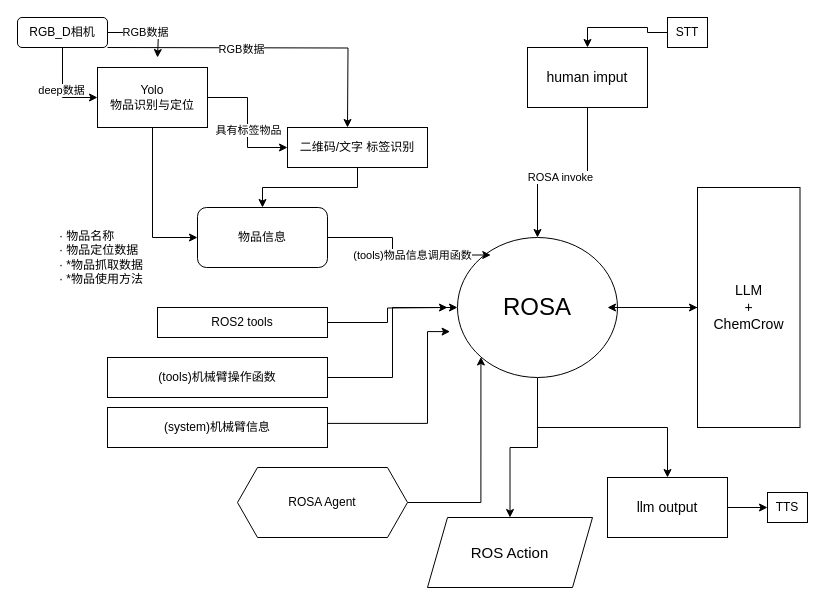
Above: 未命名绘图.drawio in xrstudy/Robotic-Scilab-public (draw.io), before the change. Source tidied: cells renumbered, new cells numbered last; positions are measured from the earlier drawing's top-left corner, leaving out a move shared by most shapes. Both pictures are drawn from the tidied source at 100%, with x=0, y=0 at pixel (17, 17).
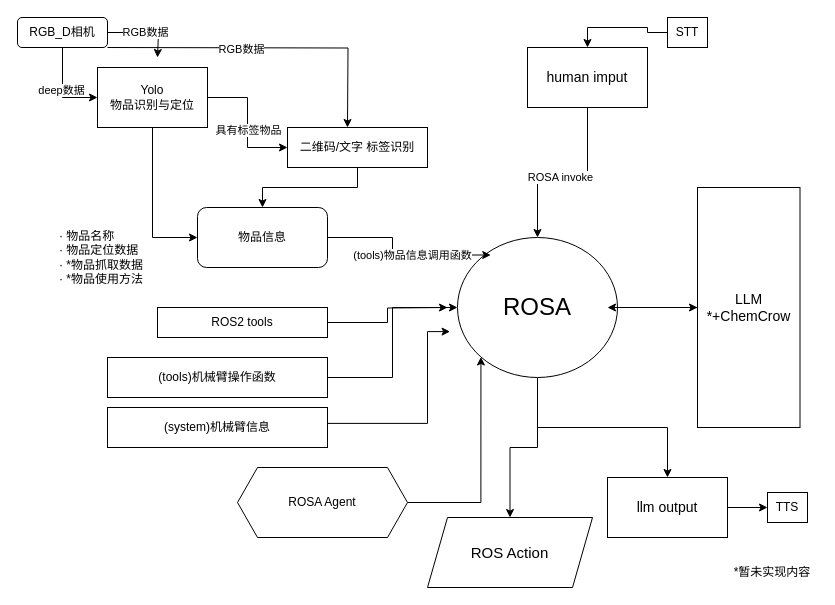
The same diagram, later.

Commit message:
更新未命名绘图.drawio

Diff of the diagram source:
```diff
@@
-    <mxCell id="27" value="&lt;font style=&quot;font-size: 14px;&quot;&gt;LLM&lt;/font&gt;&lt;div style=&quot;font-size: 14px;&quot;&gt;&lt;font style=&quot;font-size: 14px;&quot;&gt;+&lt;/font&gt;&lt;div style=&quot;&quot;&gt;&lt;span style=&quot;background-color: initial;&quot;&gt;&lt;font style=&quot;font-size: 14px;&quot;&gt;ChemCrow&lt;/font&gt;&lt;/span&gt;&lt;/div&gt;&lt;/div&gt;" style="whiteSpace=wrap;html=1;" parent="1" vertex="1">
+    <mxCell id="27" value="&lt;font style=&quot;font-size: 14px;&quot;&gt;LLM&lt;/font&gt;&lt;div style=&quot;font-size: 14px;&quot;&gt;&lt;div style=&quot;&quot;&gt;&lt;span style=&quot;background-color: initial;&quot;&gt;&lt;font style=&quot;font-size: 14px;&quot;&gt;*+ChemCrow&lt;/font&gt;&lt;/span&gt;&lt;/div&gt;&lt;/div&gt;" style="whiteSpace=wrap;html=1;" parent="1" vertex="1">
       <mxGeometry x="680" y="170" width="102.5" height="240" as="geometry" />
     </mxCell>
@@
+    <mxCell id="42" value="*暂未实现内容" style="text;html=1;align=center;verticalAlign=middle;whiteSpace=wrap;rounded=0;" parent="1" vertex="1">
+      <mxGeometry x="710" y="540" width="90" height="30" as="geometry" />
+    </mxCell>
```
